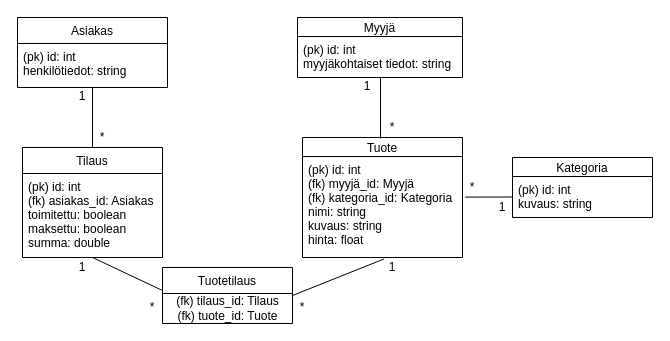
Above: kuvat/Untitled Diagram.drawio in parissak/Verkkokauppa (draw.io), before the change. Source tidied: cells renumbered, new cells numbered last; positions are measured from the earlier drawing's top-left corner, leaving out a move shared by most shapes. Both pictures are drawn from the tidied source at 100%, with x=0, y=0 at pixel (17, 17).
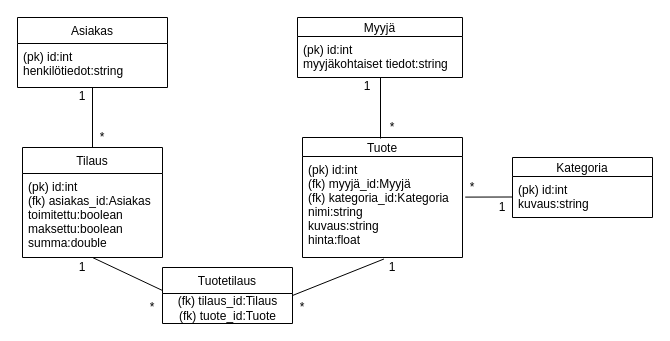
The same page after the edit.

Commit message (it also covers changes not shown here):
kaavion muokkaus

The change refers to these unchanged cells:
```xml
<mxCell id="2" value="Asiakas" style="swimlane;fontStyle=0;horizontal=1;startSize=26;fillColor=none;" parent="1" vertex="1">
  <mxGeometry width="150" height="70" as="geometry" />
</mxCell>
<mxCell id="4" value="Myyjä" style="swimlane;fontStyle=0;horizontal=1;startSize=19;fillColor=none;" parent="1" vertex="1">
  <mxGeometry x="280" width="165" height="60" as="geometry" />
</mxCell>
<mxCell id="6" value="Tuote" style="swimlane;fontStyle=0;horizontal=1;startSize=19;fillColor=none;" parent="1" vertex="1">
  <mxGeometry x="285" y="120" width="160" height="120" as="geometry" />
</mxCell>
<mxCell id="8" value="Tilaus" style="swimlane;fontStyle=0;horizontal=1;startSize=26;fillColor=none;" parent="1" vertex="1">
  <mxGeometry x="5" y="130" width="140" height="110" as="geometry" />
</mxCell>
<mxCell id="10" value="Tuotetilaus" style="swimlane;fontStyle=0;horizontal=1;startSize=26;fillColor=none;" parent="1" vertex="1">
  <mxGeometry x="145" y="250" width="130" height="56" as="geometry" />
</mxCell>
<mxCell id="24" value="Kategoria" style="swimlane;fontStyle=0;horizontal=1;startSize=19;fillColor=none;" parent="1" vertex="1">
  <mxGeometry x="495" y="140" width="140" height="60" as="geometry" />
</mxCell>
```

Change to the diagram source:
```diff
@@
-    <mxCell id="3" value="(pk) id: int&#10;henkilötiedot: string" style="text;strokeColor=none;fillColor=none;align=left;verticalAlign=top;spacingLeft=4;spacingRight=4;overflow=hidden;points=[[0,0.5],[1,0.5]];portConstraint=eastwest;" parent="2" vertex="1">
+    <mxCell id="3" value="(pk) id:int&#10;henkilötiedot:string" style="text;strokeColor=none;fillColor=none;align=left;verticalAlign=top;spacingLeft=4;spacingRight=4;overflow=hidden;points=[[0,0.5],[1,0.5]];portConstraint=eastwest;" parent="2" vertex="1">
       <mxGeometry y="26" width="150" height="44" as="geometry" />
     </mxCell>
@@
-    <mxCell id="5" value="(pk) id: int&#10;myyjäkohtaiset tiedot: string&#10;" style="text;strokeColor=none;fillColor=none;align=left;verticalAlign=top;spacingLeft=4;spacingRight=4;overflow=hidden;" parent="4" vertex="1">
+    <mxCell id="5" value="(pk) id:int&#10;myyjäkohtaiset tiedot:string&#10;" style="text;strokeColor=none;fillColor=none;align=left;verticalAlign=top;spacingLeft=4;spacingRight=4;overflow=hidden;" parent="4" vertex="1">
       <mxGeometry y="19" width="165" height="41" as="geometry" />
     </mxCell>
@@
-    <mxCell id="7" value="(pk) id: int&#10;(fk) myyjä_id: Myyjä&#10;(fk) kategoria_id: Kategoria&#10;nimi: string&#10;kuvaus: string&#10;hinta: float&#10;&#10;" style="text;strokeColor=none;fillColor=none;align=left;verticalAlign=top;spacingLeft=4;spacingRight=4;overflow=hidden;points=[[0,0.5],[1,0.5]];portConstraint=eastwest;" parent="6" vertex="1">
+    <mxCell id="7" value="(pk) id:int&#10;(fk) myyjä_id:Myyjä&#10;(fk) kategoria_id:Kategoria&#10;nimi:string&#10;kuvaus:string&#10;hinta:float&#10;&#10;" style="text;strokeColor=none;fillColor=none;align=left;verticalAlign=top;spacingLeft=4;spacingRight=4;overflow=hidden;points=[[0,0.5],[1,0.5]];portConstraint=eastwest;" parent="6" vertex="1">
       <mxGeometry y="19" width="160" height="101" as="geometry" />
     </mxCell>
@@
-    <mxCell id="9" value="(pk) id: int&#10;(fk) asiakas_id: Asiakas&#10;toimitettu: boolean &#10;maksettu: boolean&#10;summa: double&#10;" style="text;strokeColor=none;fillColor=none;align=left;verticalAlign=top;spacingLeft=4;spacingRight=4;overflow=hidden;" parent="8" vertex="1">
+    <mxCell id="9" value="(pk) id:int&#10;(fk) asiakas_id:Asiakas&#10;toimitettu:boolean &#10;maksettu:boolean&#10;summa:double&#10;" style="text;strokeColor=none;fillColor=none;align=left;verticalAlign=top;spacingLeft=4;spacingRight=4;overflow=hidden;" parent="8" vertex="1">
       <mxGeometry y="26" width="140" height="84" as="geometry" />
     </mxCell>
@@
-    <mxCell id="11" value="&lt;div&gt;(fk) tilaus_id: Tilaus&lt;/div&gt;&lt;div&gt;(fk) tuote_id: Tuote&lt;br&gt;&lt;/div&gt;" style="text;html=1;align=center;verticalAlign=middle;" parent="10" vertex="1">
+    <mxCell id="11" value="&lt;div&gt;(fk) tilaus_id:Tilaus&lt;/div&gt;&lt;div&gt;(fk) tuote_id:Tuote&lt;br&gt;&lt;/div&gt;" style="text;html=1;align=center;verticalAlign=middle;" parent="10" vertex="1">
       <mxGeometry y="26" width="130" height="30" as="geometry" />
     </mxCell>
@@
-    <mxCell id="25" value="(pk) id: int&#10;kuvaus: string&#10;&#10;" style="text;strokeColor=none;fillColor=none;align=left;verticalAlign=top;spacingLeft=4;spacingRight=4;overflow=hidden;points=[[0,0.5],[1,0.5]];portConstraint=eastwest;" parent="24" vertex="1">
+    <mxCell id="25" value="(pk) id:int&#10;kuvaus:string&#10;&#10;" style="text;strokeColor=none;fillColor=none;align=left;verticalAlign=top;spacingLeft=4;spacingRight=4;overflow=hidden;points=[[0,0.5],[1,0.5]];portConstraint=eastwest;" parent="24" vertex="1">
       <mxGeometry y="19" width="140" height="41" as="geometry" />
     </mxCell>
```
